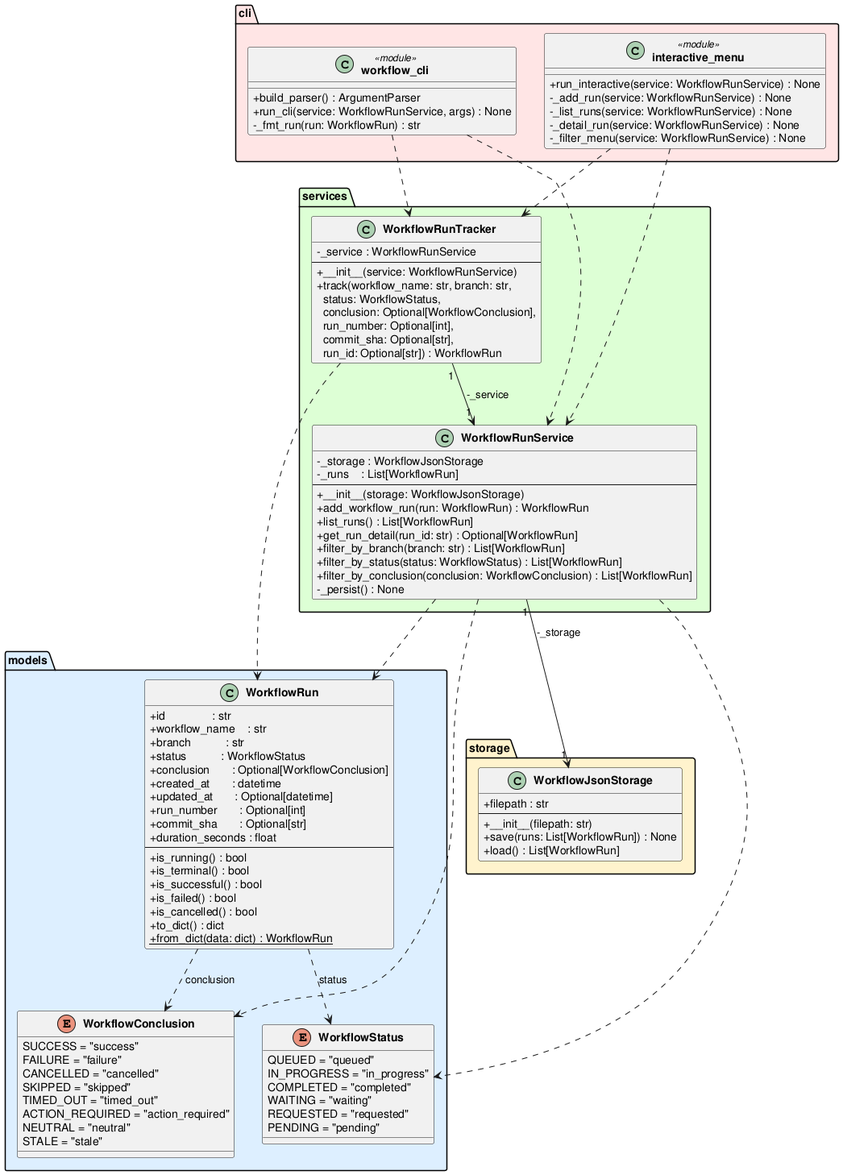
The PlantUML diagram experiments/broadcast/test_driven/github-workflow-manager/artifacts/class_diagram.png in DanielRiha8906/Software_autoevolution_using_agents, before a commit.
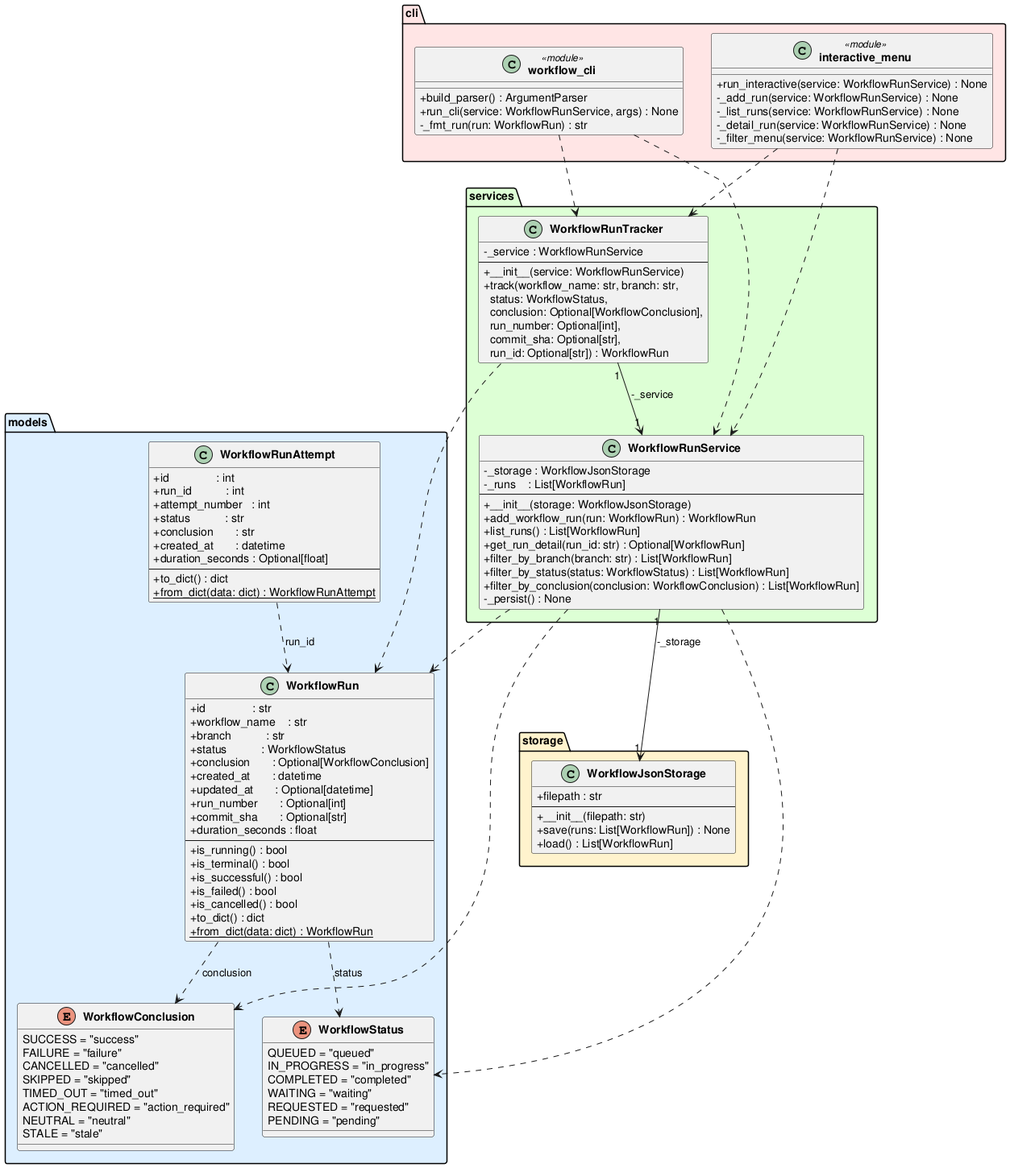
After the change.

Diff of the diagram source:
```diff
@@ -43,6 +43,19 @@
         +is_cancelled() : bool
         +to_dict() : dict
         +{static} from_dict(data: dict) : WorkflowRun
+    }
+
+    class WorkflowRunAttempt {
+        +id               : int
+        +run_id           : int
+        +attempt_number   : int
+        +status           : str
+        +conclusion       : str
+        +created_at       : datetime
+        +duration_seconds : Optional[float]
+        --
+        +to_dict() : dict
+        +{static} from_dict(data: dict) : WorkflowRunAttempt
     }
 }
 
@@ -97,6 +110,7 @@
 
 WorkflowRun                ..>  WorkflowStatus        : status
 WorkflowRun                ..>  WorkflowConclusion    : conclusion
+WorkflowRunAttempt         ..>  WorkflowRun           : run_id
 WorkflowRunService    "1" --> "1" WorkflowJsonStorage : -_storage
 WorkflowRunService         ..>  WorkflowRun
 WorkflowRunService         ..>  WorkflowStatus
```
